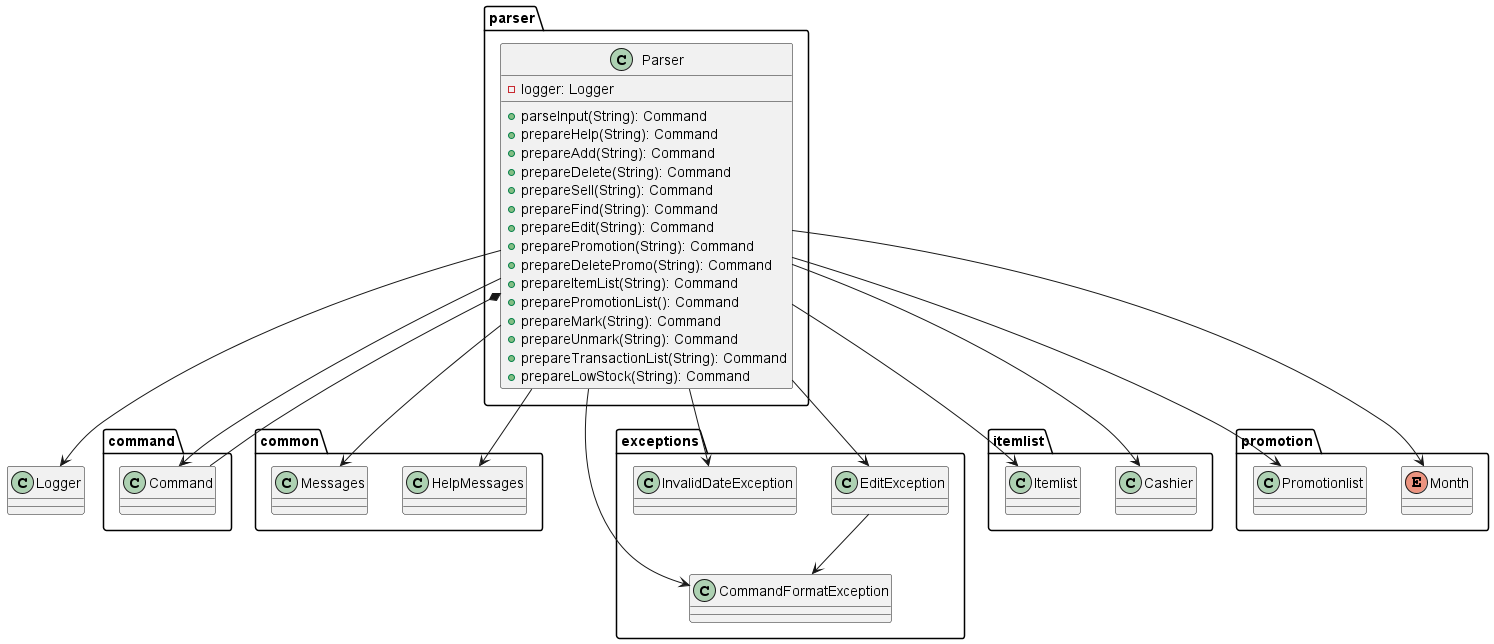
Earlier version of the PlantUML export docs/Diagrams/Images/Parser/Parser_ClassDiagram.png (LowTL/tp).
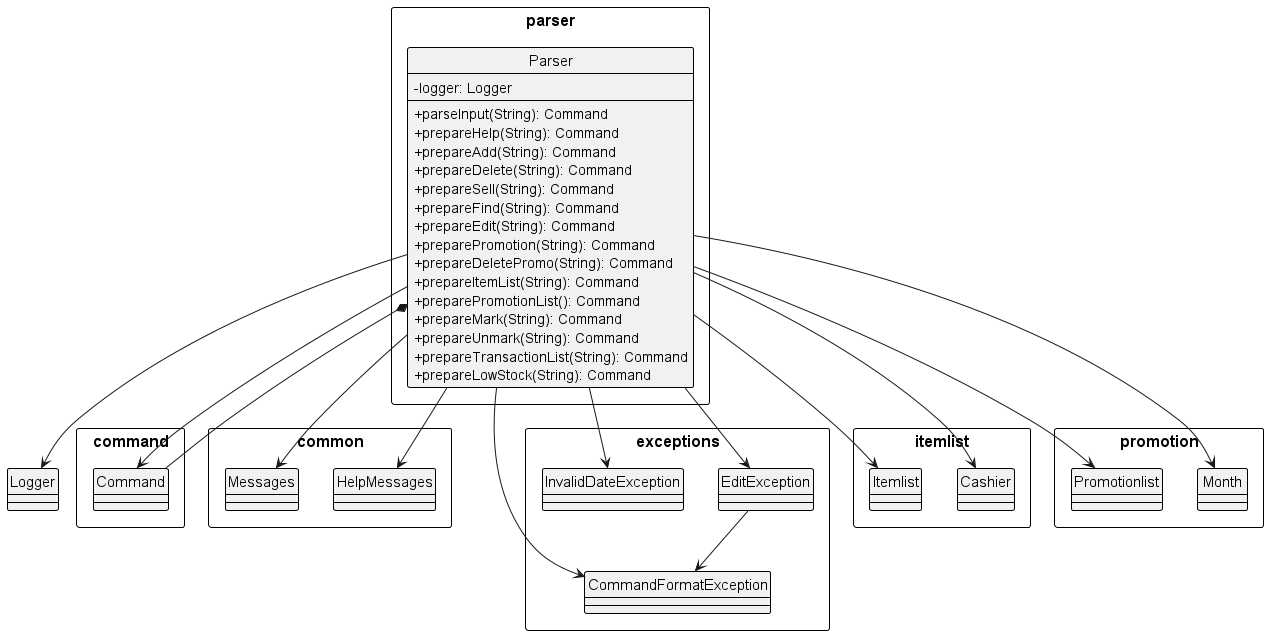
After the change.

What changed in the source:
```diff
@@ -1,5 +1,5 @@
 @startuml
-
+!include ../Style.puml
 package "parser" {
     class Parser {
         -logger: Logger
```
